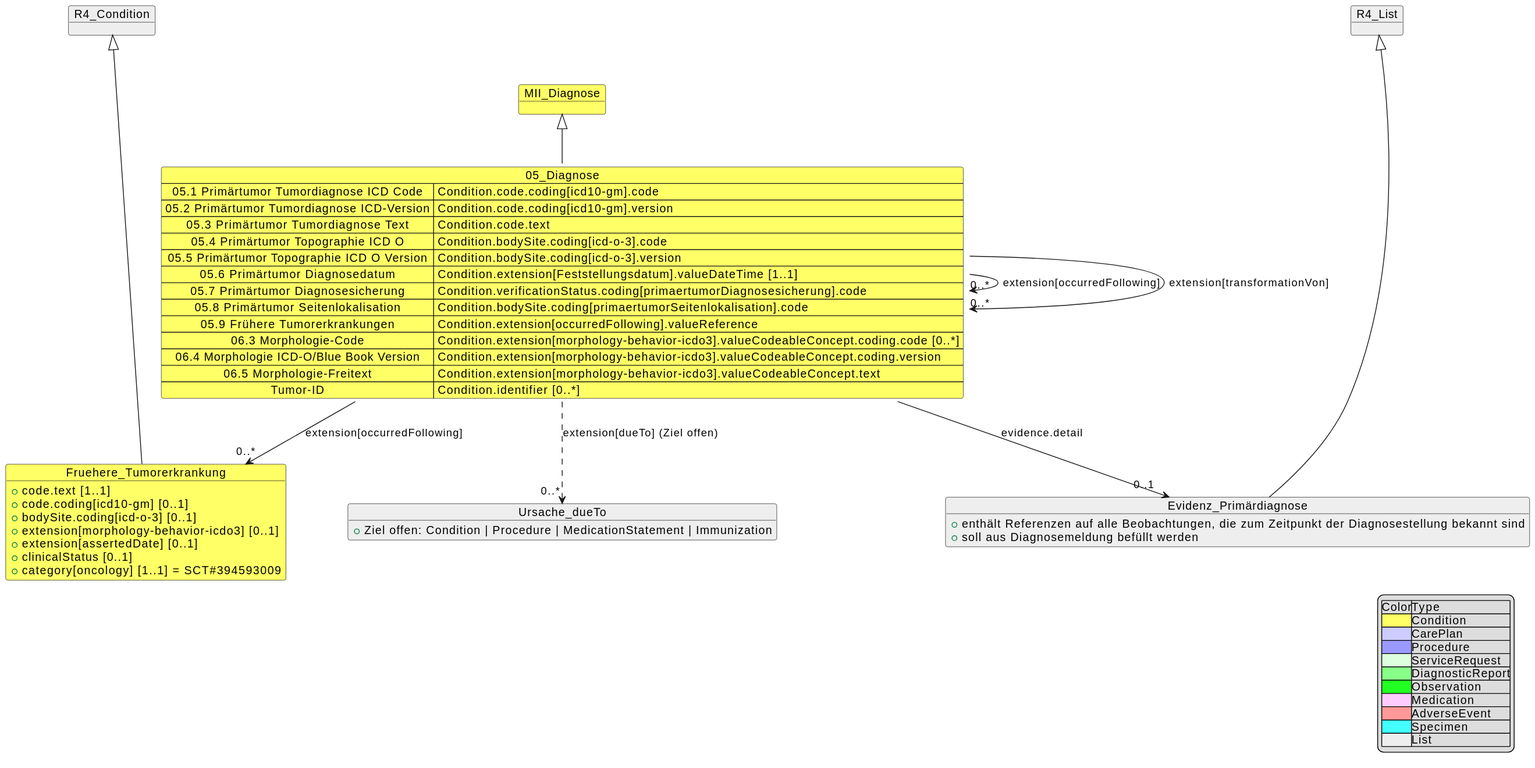
The PlantUML diagram implementation-guides/ImplementationGuide-2027.x-DE/Images/MII_Onko_05_Diagnosis.svg in medizininformatik-initiative/kerndatensatzmodul-onkologie, before a commit.
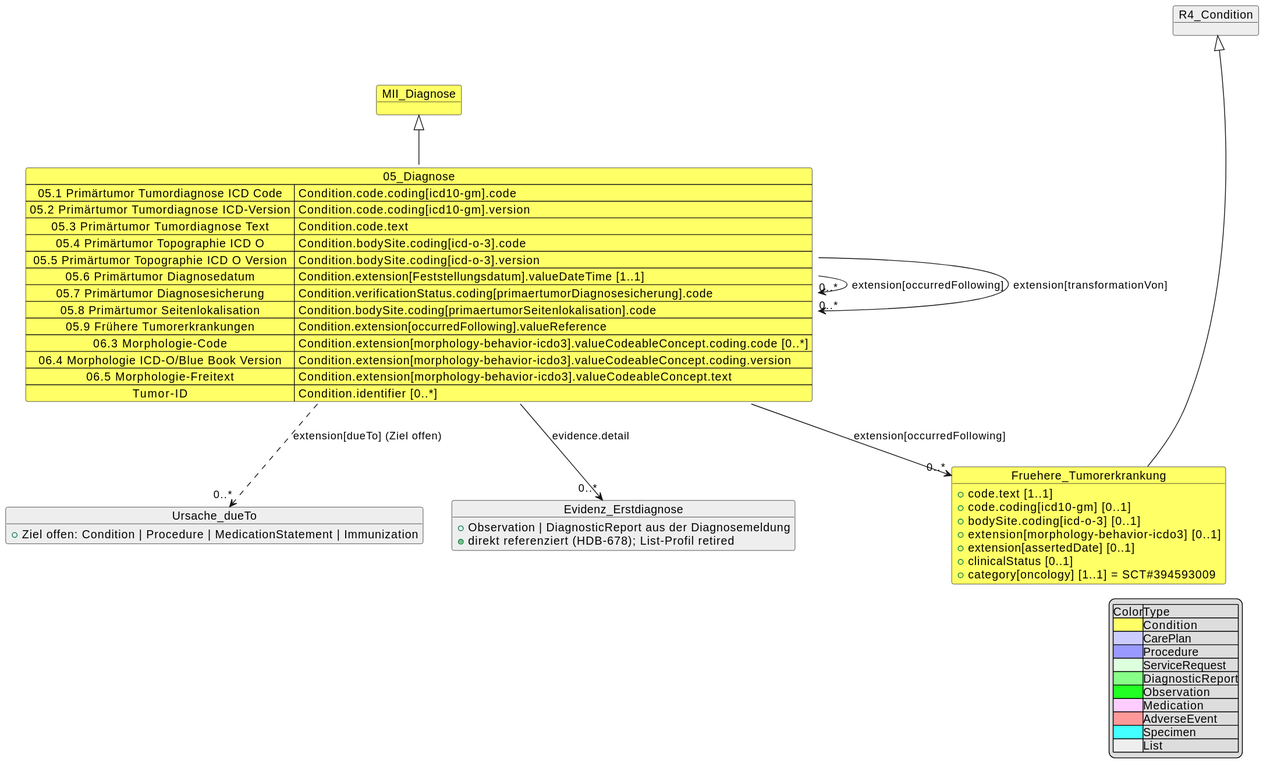
The same diagram one commit later.

What changed in the source:
```diff
@@ -38,13 +38,11 @@
 }
 05_Diagnose ..> "0..*" Ursache_dueTo : extension[dueTo] (Ziel offen)
 
-object R4_List #EEEEEE
-object Evidenz_Primärdiagnose #EEEEEE {
-    + enthält Referenzen auf alle Beobachtungen, die zum Zeitpunkt der Diagnosestellung bekannt sind
-    + soll aus Diagnosemeldung befüllt werden
+object Evidenz_Erstdiagnose #EEEEEE {
+    + Observation | DiagnosticReport aus der Diagnosemeldung
+    + direkt referenziert (HDB-678); List-Profil retired
 }
-R4_List <|---- Evidenz_Primärdiagnose
-05_Diagnose --> "0..1" Evidenz_Primärdiagnose : evidence.detail
+05_Diagnose --> "0..*" Evidenz_Erstdiagnose : evidence.detail
 
 legend right
 |Color|Type|
```
